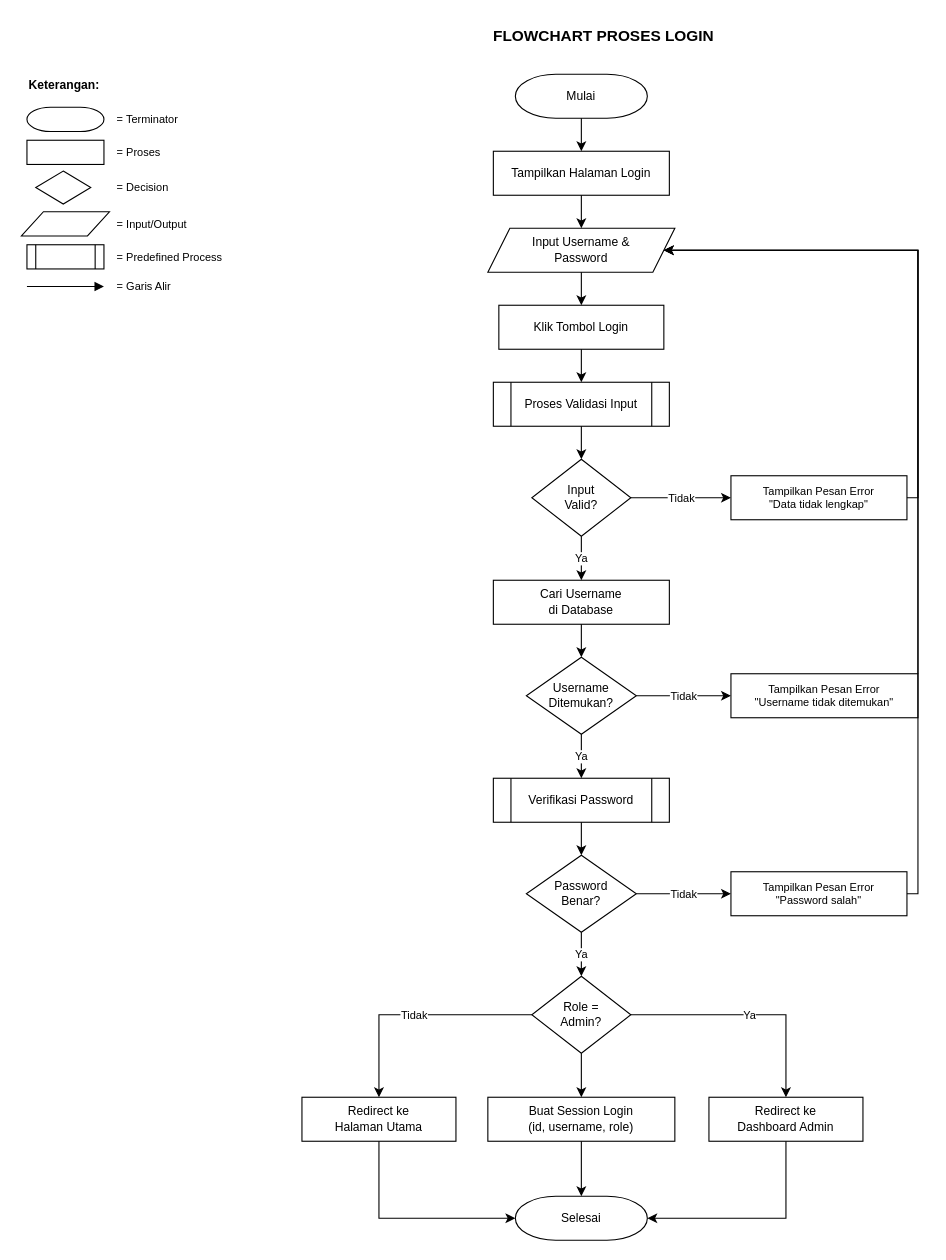
NarmadaWeb/pakar-jagung keeps this draw.io diagram as diagram/flowchart/flowchart_login.drawio. Above is the earlier version. Source tidied: cells renumbered, new cells numbered last; positions are measured from the earlier drawing's top-left corner, leaving out a move shared by most shapes. Both pictures are drawn from the tidied source at 110%, with x=0, y=0 at pixel (21, 19).
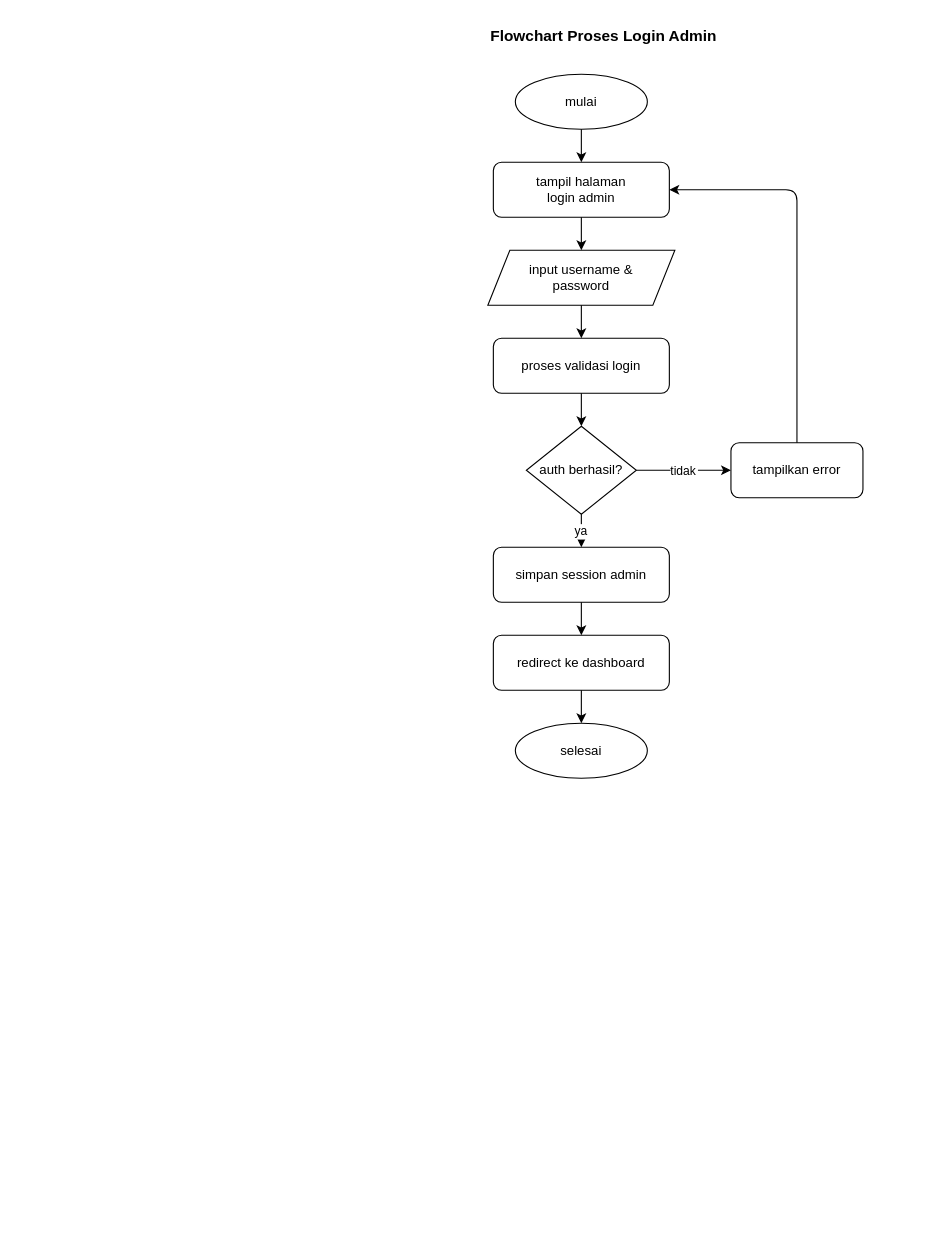
The same page after the edit.

The edit, as a diff of the source:
```diff
@@
-    <mxCell id="2" value="FLOWCHART PROSES LOGIN" style="text;html=1;strokeColor=none;fillColor=none;align=center;verticalAlign=middle;fontSize=14;fontStyle=1;fontColor=#000000;" parent="1" vertex="1">
+    <mxCell id="2" value="Flowchart Proses Login Admin" style="text;html=1;strokeColor=none;fillColor=none;align=center;verticalAlign=middle;fontSize=14;fontStyle=1;fontColor=#000000;" parent="1" vertex="1">
       <mxGeometry x="329" width="400" height="30" as="geometry" />
     </mxCell>
-    <mxCell id="3" value="Mulai" style="shape=mxgraph.flowchart.terminator;whiteSpace=wrap;html=1;fillColor=#FFFFFF;strokeColor=#000000;fontSize=11;" parent="1" vertex="1">
-      <mxGeometry x="449" y="50" width="120" height="40" as="geometry" />
+    <mxCell id="3" value="mulai" style="ellipse;whiteSpace=wrap;html=1;fillColor=#FFFFFF;strokeColor=#000000;" parent="1" vertex="1">
+      <mxGeometry x="449" y="50" width="120" height="50" as="geometry" />
     </mxCell>
-    <mxCell id="4" value="Tampilkan Halaman Login" style="rounded=0;whiteSpace=wrap;html=1;fillColor=#FFFFFF;strokeColor=#000000;fontSize=11;" parent="1" vertex="1">
-      <mxGeometry x="429" y="120" width="160" height="40" as="geometry" />
-    </mxCell>
-    <mxCell id="5" value="Input Username &amp;&#10;Password" style="shape=parallelogram;perimeter=parallelogramPerimeter;whiteSpace=wrap;html=1;fillColor=#FFFFFF;strokeColor=#000000;fontSize=11;fixedSize=1;" parent="1" vertex="1">
-      <mxGeometry x="424" y="190" width="170" height="40" as="geometry" />
-    </mxCell>
-    <mxCell id="6" value="Klik Tombol Login" style="rounded=0;whiteSpace=wrap;html=1;fillColor=#FFFFFF;strokeColor=#000000;fontSize=11;" parent="1" vertex="1">
-      <mxGeometry x="434" y="260" width="150" height="40" as="geometry" />
-    </mxCell>
-    <mxCell id="7" value="Proses Validasi Input" style="shape=process;whiteSpace=wrap;html=1;fillColor=#FFFFFF;strokeColor=#000000;fontSize=11;size=0.1;" parent="1" vertex="1">
-      <mxGeometry x="429" y="330" width="160" height="40" as="geometry" />
-    </mxCell>
-    <mxCell id="8" value="Input&#10;Valid?" style="rhombus;whiteSpace=wrap;html=1;fillColor=#FFFFFF;strokeColor=#000000;fontSize=11;" parent="1" vertex="1">
-      <mxGeometry x="464" y="400" width="90" height="70" as="geometry" />
-    </mxCell>
-    <mxCell id="9" value="Tampilkan Pesan Error&#10;&quot;Data tidak lengkap&quot;" style="rounded=0;whiteSpace=wrap;html=1;fillColor=#FFFFFF;strokeColor=#000000;fontSize=10;" parent="1" vertex="1">
-      <mxGeometry x="645" y="415" width="160" height="40" as="geometry" />
-    </mxCell>
-    <mxCell id="10" value="Cari Username&#10;di Database" style="rounded=0;whiteSpace=wrap;html=1;fillColor=#FFFFFF;strokeColor=#000000;fontSize=11;" parent="1" vertex="1">
-      <mxGeometry x="429" y="510" width="160" height="40" as="geometry" />
-    </mxCell>
-    <mxCell id="11" value="Username&#10;Ditemukan?" style="rhombus;whiteSpace=wrap;html=1;fillColor=#FFFFFF;strokeColor=#000000;fontSize=11;" parent="1" vertex="1">
-      <mxGeometry x="459" y="580" width="100" height="70" as="geometry" />
-    </mxCell>
-    <mxCell id="12" value="Tampilkan Pesan Error&#10;&quot;Username tidak ditemukan&quot;" style="rounded=0;whiteSpace=wrap;html=1;fillColor=#FFFFFF;strokeColor=#000000;fontSize=10;" parent="1" vertex="1">
-      <mxGeometry x="645" y="595" width="170" height="40" as="geometry" />
-    </mxCell>
-    <mxCell id="13" value="Verifikasi Password" style="shape=process;whiteSpace=wrap;html=1;fillColor=#FFFFFF;strokeColor=#000000;fontSize=11;size=0.1;" parent="1" vertex="1">
-      <mxGeometry x="429" y="690" width="160" height="40" as="geometry" />
-    </mxCell>
-    <mxCell id="14" value="Password&#10;Benar?" style="rhombus;whiteSpace=wrap;html=1;fillColor=#FFFFFF;strokeColor=#000000;fontSize=11;" parent="1" vertex="1">
-      <mxGeometry x="459" y="760" width="100" height="70" as="geometry" />
-    </mxCell>
-    <mxCell id="15" value="Tampilkan Pesan Error&#10;&quot;Password salah&quot;" style="rounded=0;whiteSpace=wrap;html=1;fillColor=#FFFFFF;strokeColor=#000000;fontSize=10;" parent="1" vertex="1">
-      <mxGeometry x="645" y="775" width="160" height="40" as="geometry" />
-    </mxCell>
-    <mxCell id="16" value="Role =&#10;Admin?" style="rhombus;whiteSpace=wrap;html=1;fillColor=#FFFFFF;strokeColor=#000000;fontSize=11;" parent="1" vertex="1">
-      <mxGeometry x="464" y="870" width="90" height="70" as="geometry" />
-    </mxCell>
-    <mxCell id="17" value="Buat Session Login&#10;(id, username, role)" style="rounded=0;whiteSpace=wrap;html=1;fillColor=#FFFFFF;strokeColor=#000000;fontSize=11;" parent="1" vertex="1">
-      <mxGeometry x="424" y="980" width="170" height="40" as="geometry" />
-    </mxCell>
-    <mxCell id="18" value="Redirect ke&#10;Dashboard Admin" style="rounded=0;whiteSpace=wrap;html=1;fillColor=#FFFFFF;strokeColor=#000000;fontSize=11;" parent="1" vertex="1">
-      <mxGeometry x="625" y="980" width="140" height="40" as="geometry" />
-    </mxCell>
-    <mxCell id="19" value="Redirect ke&#10;Halaman Utama" style="rounded=0;whiteSpace=wrap;html=1;fillColor=#FFFFFF;strokeColor=#000000;fontSize=11;" parent="1" vertex="1">
-      <mxGeometry x="255" y="980" width="140" height="40" as="geometry" />
-    </mxCell>
+    <mxCell id="56" value="tampil halaman&#10;login admin" style="rounded=1;whiteSpace=wrap;html=1;" parent="1" vertex="1">
+      <mxGeometry x="429" y="130" width="160" height="50" as="geometry" />
+    </mxCell>
+    <mxCell id="57" value="input username &amp;&#10;password" style="shape=parallelogram;perimeter=parallelogramPerimeter;whiteSpace=wrap;html=1;fixedSize=1;" parent="1" vertex="1">
+      <mxGeometry x="424" y="210" width="170" height="50" as="geometry" />
+    </mxCell>
+    <mxCell id="58" value="proses validasi login" style="rounded=1;whiteSpace=wrap;html=1;" parent="1" vertex="1">
+      <mxGeometry x="429" y="290" width="160" height="50" as="geometry" />
+    </mxCell>
+    <mxCell id="59" value="auth berhasil?" style="rhombus;whiteSpace=wrap;html=1;" parent="1" vertex="1">
+      <mxGeometry x="459" y="370" width="100" height="80" as="geometry" />
+    </mxCell>
+    <mxCell id="60" value="tampilkan error" style="rounded=1;whiteSpace=wrap;html=1;" parent="1" vertex="1">
+      <mxGeometry x="645" y="385" width="120" height="50" as="geometry" />
+    </mxCell>
+    <mxCell id="61" value="simpan session admin" style="rounded=1;whiteSpace=wrap;html=1;" parent="1" vertex="1">
+      <mxGeometry x="429" y="480" width="160" height="50" as="geometry" />
+    </mxCell>
+    <mxCell id="62" value="redirect ke dashboard" style="rounded=1;whiteSpace=wrap;html=1;" parent="1" vertex="1">
+      <mxGeometry x="429" y="560" width="160" height="50" as="geometry" />
+    </mxCell>
-    <mxCell id="20" value="Selesai" style="shape=mxgraph.flowchart.terminator;whiteSpace=wrap;html=1;fillColor=#FFFFFF;strokeColor=#000000;fontSize=11;" parent="1" vertex="1">
-      <mxGeometry x="449" y="1070" width="120" height="40" as="geometry" />
+    <mxCell id="20" value="selesai" style="ellipse;whiteSpace=wrap;html=1;fillColor=#FFFFFF;strokeColor=#000000;" parent="1" vertex="1">
+      <mxGeometry x="449" y="640" width="120" height="50" as="geometry" />
     </mxCell>
-    <mxCell id="21" style="edgeStyle=orthogonalEdgeStyle;rounded=0;html=1;strokeColor=#000000;" parent="1" edge="1" source="3" target="4">
+    <mxCell id="21" parent="1" edge="1" source="3" target="56">
       <mxGeometry relative="1" as="geometry" />
     </mxCell>
-    <mxCell id="22" style="edgeStyle=orthogonalEdgeStyle;rounded=0;html=1;strokeColor=#000000;" parent="1" edge="1" source="4" target="5">
+    <mxCell id="22" parent="1" edge="1" source="56" target="57">
       <mxGeometry relative="1" as="geometry" />
     </mxCell>
-    <mxCell id="23" style="edgeStyle=orthogonalEdgeStyle;rounded=0;html=1;strokeColor=#000000;" parent="1" edge="1" source="5" target="6">
+    <mxCell id="23" parent="1" edge="1" source="57" target="58">
       <mxGeometry relative="1" as="geometry" />
     </mxCell>
-    <mxCell id="24" style="edgeStyle=orthogonalEdgeStyle;rounded=0;html=1;strokeColor=#000000;" parent="1" edge="1" source="6" target="7">
+    <mxCell id="24" parent="1" edge="1" source="58" target="59">
       <mxGeometry relative="1" as="geometry" />
     </mxCell>
-    <mxCell id="25" style="edgeStyle=orthogonalEdgeStyle;rounded=0;html=1;strokeColor=#000000;" parent="1" edge="1" source="7" target="8">
+    <mxCell id="25" value="ya" parent="1" edge="1" source="59" target="61">
       <mxGeometry relative="1" as="geometry" />
     </mxCell>
-    <mxCell id="26" value="Tidak" style="edgeStyle=orthogonalEdgeStyle;rounded=0;html=1;strokeColor=#000000;fontSize=10;" parent="1" edge="1" source="8" target="9">
+    <mxCell id="26" value="tidak" parent="1" edge="1" source="59" target="60">
       <mxGeometry relative="1" as="geometry" />
     </mxCell>
-    <mxCell id="27" style="edgeStyle=orthogonalEdgeStyle;rounded=0;html=1;strokeColor=#000000;" parent="1" edge="1" source="9" target="5">
-      <mxGeometry relative="1" as="geometry">
-        <Array as="points">
-          <mxPoint x="815" y="435" />
-          <mxPoint x="815" y="210" />
-        </Array>
-      </mxGeometry>
-    </mxCell>
-    <mxCell id="28" value="Ya" style="edgeStyle=orthogonalEdgeStyle;rounded=0;html=1;strokeColor=#000000;fontSize=10;" parent="1" edge="1" source="8" target="10">
-      <mxGeometry relative="1" as="geometry" />
+    <mxCell id="28" parent="1" edge="1" source="60" target="56">
+      <mxGeometry relative="1" as="geometry">
+        <Array as="points">
+          <mxPoint x="705" y="155" />
+        </Array>
+      </mxGeometry>
     </mxCell>
-    <mxCell id="29" style="edgeStyle=orthogonalEdgeStyle;rounded=0;html=1;strokeColor=#000000;" parent="1" edge="1" source="10" target="11">
+    <mxCell id="29" parent="1" edge="1" source="61" target="62">
       <mxGeometry relative="1" as="geometry" />
     </mxCell>
-    <mxCell id="30" value="Tidak" style="edgeStyle=orthogonalEdgeStyle;rounded=0;html=1;strokeColor=#000000;fontSize=10;" parent="1" edge="1" source="11" target="12">
+    <mxCell id="30" parent="1" edge="1" source="62" target="20">
       <mxGeometry relative="1" as="geometry" />
     </mxCell>
-    <mxCell id="31" style="edgeStyle=orthogonalEdgeStyle;rounded=0;html=1;strokeColor=#000000;" parent="1" edge="1" source="12" target="5">
-      <mxGeometry relative="1" as="geometry">
-        <Array as="points">
-          <mxPoint x="815" y="615" />
-          <mxPoint x="815" y="210" />
-        </Array>
-      </mxGeometry>
-    </mxCell>
-    <mxCell id="32" value="Ya" style="edgeStyle=orthogonalEdgeStyle;rounded=0;html=1;strokeColor=#000000;fontSize=10;" parent="1" edge="1" source="11" target="13">
-      <mxGeometry relative="1" as="geometry" />
-    </mxCell>
-    <mxCell id="33" style="edgeStyle=orthogonalEdgeStyle;rounded=0;html=1;strokeColor=#000000;" parent="1" edge="1" source="13" target="14">
-      <mxGeometry relative="1" as="geometry" />
-    </mxCell>
-    <mxCell id="34" value="Tidak" style="edgeStyle=orthogonalEdgeStyle;rounded=0;html=1;strokeColor=#000000;fontSize=10;" parent="1" edge="1" source="14" target="15">
-      <mxGeometry relative="1" as="geometry" />
-    </mxCell>
-    <mxCell id="35" style="edgeStyle=orthogonalEdgeStyle;rounded=0;html=1;strokeColor=#000000;" parent="1" edge="1" source="15" target="5">
-      <mxGeometry relative="1" as="geometry">
-        <Array as="points">
-          <mxPoint x="815" y="795" />
-          <mxPoint x="815" y="210" />
-        </Array>
-      </mxGeometry>
-    </mxCell>
-    <mxCell id="36" value="Ya" style="edgeStyle=orthogonalEdgeStyle;rounded=0;html=1;strokeColor=#000000;fontSize=10;" parent="1" edge="1" source="14" target="16">
-      <mxGeometry relative="1" as="geometry" />
-    </mxCell>
-    <mxCell id="37" style="edgeStyle=orthogonalEdgeStyle;rounded=0;html=1;strokeColor=#000000;" parent="1" edge="1" source="16" target="17">
-      <mxGeometry relative="1" as="geometry" />
-    </mxCell>
-    <mxCell id="38" value="Ya" style="edgeStyle=orthogonalEdgeStyle;rounded=0;html=1;strokeColor=#000000;fontSize=10;" parent="1" edge="1" source="16" target="18">
-      <mxGeometry relative="1" as="geometry">
-        <Array as="points">
-          <mxPoint x="695" y="905" />
-        </Array>
-      </mxGeometry>
-    </mxCell>
-    <mxCell id="39" value="Tidak" style="edgeStyle=orthogonalEdgeStyle;rounded=0;html=1;strokeColor=#000000;fontSize=10;" parent="1" edge="1" source="16" target="19">
-      <mxGeometry relative="1" as="geometry">
-        <Array as="points">
-          <mxPoint x="325" y="905" />
-        </Array>
-      </mxGeometry>
-    </mxCell>
-    <mxCell id="40" style="edgeStyle=orthogonalEdgeStyle;rounded=0;html=1;strokeColor=#000000;" parent="1" edge="1" source="18" target="20">
-      <mxGeometry relative="1" as="geometry">
-        <Array as="points">
-          <mxPoint x="695" y="1090" />
-        </Array>
-      </mxGeometry>
-    </mxCell>
-    <mxCell id="41" style="edgeStyle=orthogonalEdgeStyle;rounded=0;html=1;strokeColor=#000000;" parent="1" edge="1" source="19" target="20">
-      <mxGeometry relative="1" as="geometry">
-        <Array as="points">
-          <mxPoint x="325" y="1090" />
-        </Array>
-      </mxGeometry>
-    </mxCell>
-    <mxCell id="42" style="edgeStyle=orthogonalEdgeStyle;rounded=0;html=1;strokeColor=#000000;" parent="1" edge="1" source="17" target="20">
-      <mxGeometry relative="1" as="geometry" />
-    </mxCell>
-    <mxCell id="43" value="Keterangan:" style="text;html=1;strokeColor=none;fillColor=none;align=left;verticalAlign=middle;fontSize=11;fontStyle=1;" parent="1" vertex="1">
-      <mxGeometry x="5" y="50" width="100" height="20" as="geometry" />
-    </mxCell>
-    <mxCell id="44" style="shape=mxgraph.flowchart.terminator;whiteSpace=wrap;html=1;fillColor=#FFFFFF;strokeColor=#000000;" parent="1" vertex="1">
-      <mxGeometry x="5" y="80" width="70" height="22" as="geometry" />
-    </mxCell>
-    <mxCell id="45" value="= Terminator" style="text;html=1;strokeColor=none;fillColor=none;align=left;verticalAlign=middle;fontSize=10;" parent="1" vertex="1">
-      <mxGeometry x="85" y="80" width="120" height="22" as="geometry" />
-    </mxCell>
-    <mxCell id="46" style="rounded=0;whiteSpace=wrap;html=1;fillColor=#FFFFFF;strokeColor=#000000;" parent="1" vertex="1">
-      <mxGeometry x="5" y="110" width="70" height="22" as="geometry" />
-    </mxCell>
-    <mxCell id="47" value="= Proses" style="text;html=1;strokeColor=none;fillColor=none;align=left;verticalAlign=middle;fontSize=10;" parent="1" vertex="1">
-      <mxGeometry x="85" y="110" width="120" height="22" as="geometry" />
-    </mxCell>
-    <mxCell id="48" style="rhombus;whiteSpace=wrap;html=1;fillColor=#FFFFFF;strokeColor=#000000;" parent="1" vertex="1">
-      <mxGeometry x="13" y="138" width="50" height="30" as="geometry" />
-    </mxCell>
-    <mxCell id="49" value="= Decision" style="text;html=1;strokeColor=none;fillColor=none;align=left;verticalAlign=middle;fontSize=10;" parent="1" vertex="1">
-      <mxGeometry x="85" y="142" width="120" height="22" as="geometry" />
-    </mxCell>
-    <mxCell id="50" style="shape=parallelogram;perimeter=parallelogramPerimeter;whiteSpace=wrap;html=1;fillColor=#FFFFFF;strokeColor=#000000;fixedSize=1;" parent="1" vertex="1">
-      <mxGeometry y="175" width="80" height="22" as="geometry" />
-    </mxCell>
-    <mxCell id="51" value="= Input/Output" style="text;html=1;strokeColor=none;fillColor=none;align=left;verticalAlign=middle;fontSize=10;" parent="1" vertex="1">
-      <mxGeometry x="85" y="175" width="120" height="22" as="geometry" />
-    </mxCell>
-    <mxCell id="52" style="shape=process;whiteSpace=wrap;html=1;fillColor=#FFFFFF;strokeColor=#000000;size=0.12;" parent="1" vertex="1">
-      <mxGeometry x="5" y="205" width="70" height="22" as="geometry" />
-    </mxCell>
-    <mxCell id="53" value="= Predefined Process" style="text;html=1;strokeColor=none;fillColor=none;align=left;verticalAlign=middle;fontSize=10;" parent="1" vertex="1">
-      <mxGeometry x="85" y="205" width="150" height="22" as="geometry" />
-    </mxCell>
-    <mxCell id="54" style="endArrow=block;html=1;strokeColor=#000000;endFill=1;" parent="1" edge="1">
-      <mxGeometry relative="1" as="geometry">
-        <mxPoint x="5" y="243" as="sourcePoint" />
-        <mxPoint x="75" y="243" as="targetPoint" />
-      </mxGeometry>
-    </mxCell>
-    <mxCell id="55" value="= Garis Alir" style="text;html=1;strokeColor=none;fillColor=none;align=left;verticalAlign=middle;fontSize=10;" parent="1" vertex="1">
-      <mxGeometry x="85" y="232" width="120" height="22" as="geometry" />
-    </mxCell>
```
